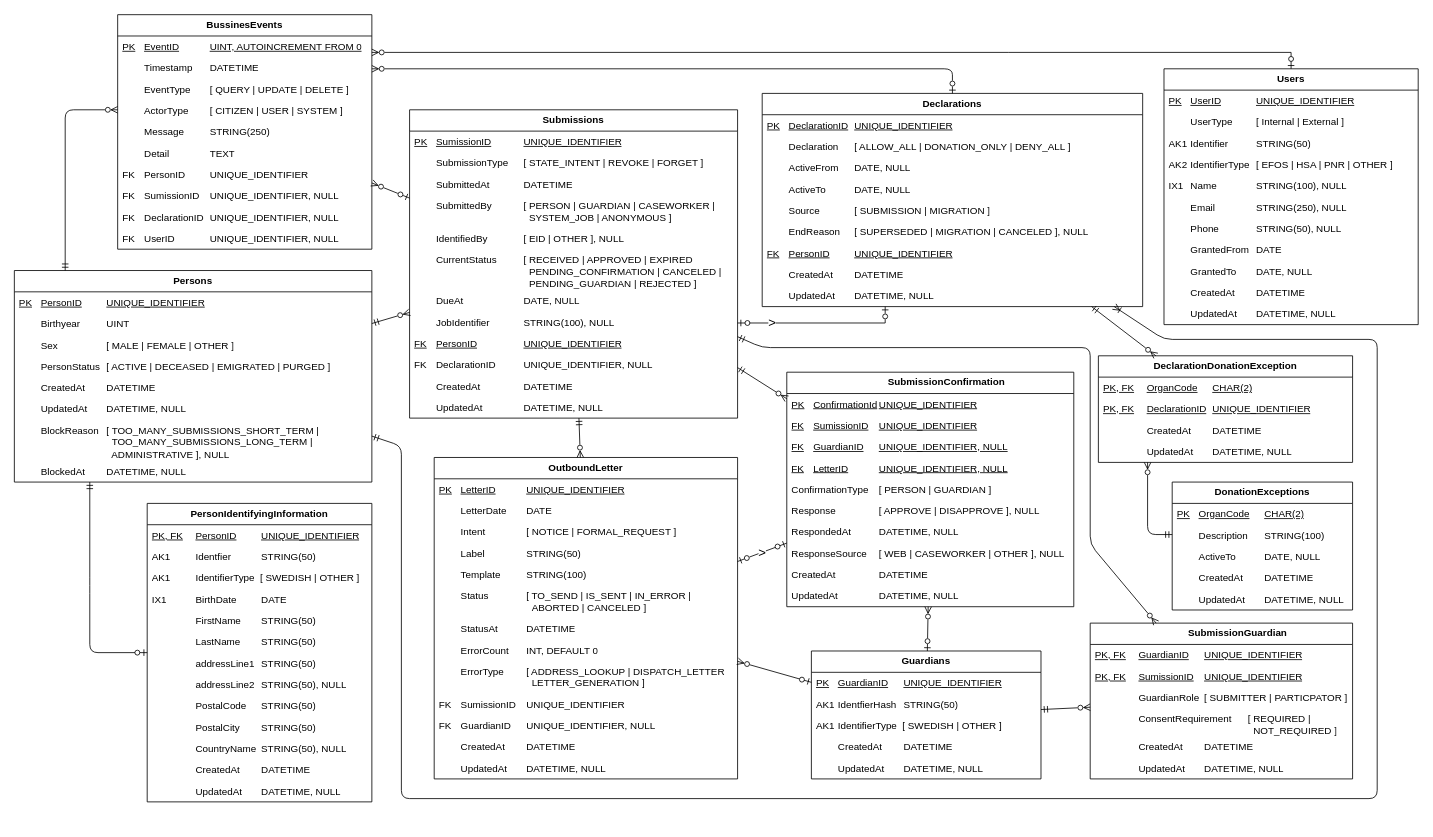
Above: page "Liggande Logisk modell" (9 of 9) of Donationsregister.drawio in bhagqvist-consid/ICD11 (draw.io), before the change. Source tidied: cells renumbered, new cells numbered last; positions are measured from the earlier drawing's top-left corner, leaving out a move shared by most shapes. Both pictures are drawn from the tidied source at 82%, with x=0, y=0 at pixel (14, 14).
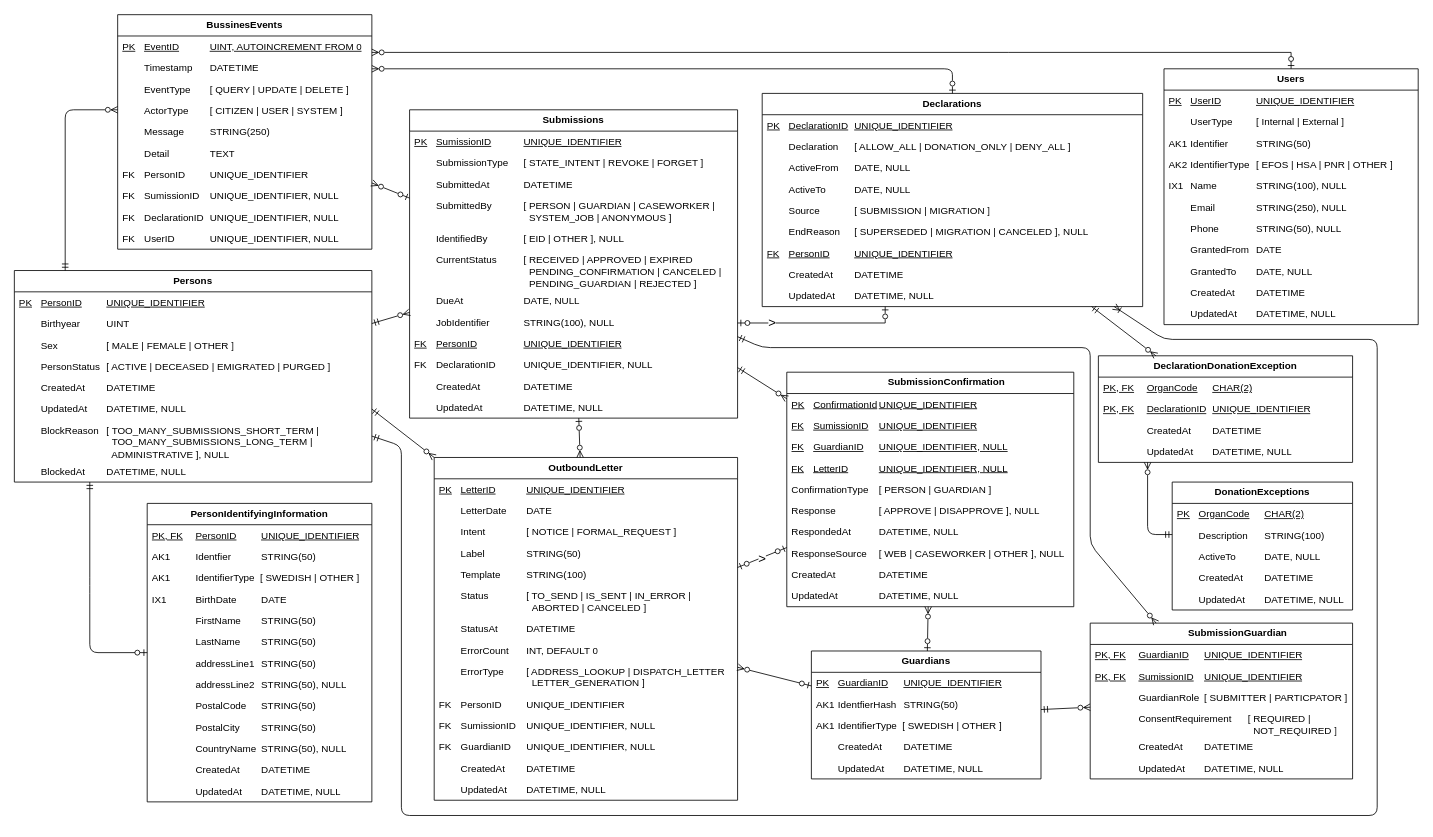
After the change.

The change refers to these unchanged cells:
```xml
<mxCell id="2" value="Persons" style="swimlane;fontStyle=1;horizontal=1;startSize=26;fillColor=none;whiteSpace=wrap;html=1;" parent="1" vertex="1">
  <mxGeometry y="312.4" width="436" height="258" as="geometry" />
</mxCell>
<mxCell id="8" value="&lt;span style=&quot;white-space: pre;&quot;&gt;&#9;&lt;/span&gt;UpdatedAt&amp;nbsp; &lt;span style=&quot;white-space: pre;&quot;&gt;&#9;&lt;/span&gt;DATETIME, NULL" style="text;strokeColor=none;fillColor=none;align=left;verticalAlign=top;spacingLeft=4;spacingRight=4;overflow=hidden;points=[[0,0.5],[1,0.5]];portConstraint=eastwest;whiteSpace=wrap;html=1;" parent="2" vertex="1">
  <mxGeometry y="156" width="436" height="26" as="geometry" />
</mxCell>
<mxCell id="11" value="Submissions" style="swimlane;fontStyle=1;horizontal=1;startSize=26;fillColor=none;whiteSpace=wrap;html=1;" parent="1" vertex="1">
  <mxGeometry x="482" y="116.4" width="400" height="376" as="geometry" />
</mxCell>
<mxCell id="24" value="Declarations" style="swimlane;fontStyle=1;horizontal=1;startSize=26;fillColor=none;whiteSpace=wrap;html=1;" parent="1" vertex="1">
  <mxGeometry x="912" y="96.4" width="464" height="260" as="geometry" />
</mxCell>
```

Diff of the diagram source:
```diff
@@
     <mxCell id="48" value="OutboundLetter" style="swimlane;fontStyle=1;horizontal=1;startSize=26;fillColor=none;whiteSpace=wrap;html=1;" parent="1" vertex="1">
-      <mxGeometry x="512" y="540.4" width="370" height="392" as="geometry" />
+      <mxGeometry x="512" y="540.4" width="370" height="418" as="geometry" />
     </mxCell>
@@
+    <mxCell id="137" value="FK&lt;span style=&quot;white-space: pre;&quot;&gt;&#9;&lt;/span&gt;PersonID&lt;span style=&quot;white-space: pre;&quot;&gt;&#9;&lt;/span&gt;&lt;span style=&quot;white-space: pre;&quot;&gt;&#9;&lt;/span&gt;UNIQUE_IDENTIFIER" style="text;strokeColor=none;fillColor=none;align=left;verticalAlign=top;spacingLeft=4;spacingRight=4;overflow=hidden;whiteSpace=wrap;html=1;fontStyle=0;" parent="48" vertex="1">
+      <mxGeometry y="288" width="370" height="26" as="geometry" />
+    </mxCell>
-    <mxCell id="58" value="FK&lt;span style=&quot;white-space: pre;&quot;&gt;&#9;&lt;/span&gt;SumissionID&lt;span style=&quot;white-space: pre;&quot;&gt;&#9;&lt;/span&gt;UNIQUE_IDENTIFIER" style="text;strokeColor=none;fillColor=none;align=left;verticalAlign=top;spacingLeft=4;spacingRight=4;overflow=hidden;whiteSpace=wrap;html=1;fontStyle=0;" parent="48" vertex="1">
-      <mxGeometry y="288" width="370" height="26" as="geometry" />
+    <mxCell id="58" value="FK&lt;span style=&quot;white-space: pre;&quot;&gt;&#9;&lt;/span&gt;SumissionID&lt;span style=&quot;white-space: pre;&quot;&gt;&#9;&lt;/span&gt;UNIQUE_IDENTIFIER, NULL" style="text;strokeColor=none;fillColor=none;align=left;verticalAlign=top;spacingLeft=4;spacingRight=4;overflow=hidden;whiteSpace=wrap;html=1;fontStyle=0;" parent="48" vertex="1">
+      <mxGeometry y="314" width="370" height="26" as="geometry" />
     </mxCell>
     <mxCell id="59" value="FK&lt;span style=&quot;white-space: pre;&quot;&gt;&#9;&lt;/span&gt;GuardianID&lt;span style=&quot;white-space: pre;&quot;&gt;&#9;&lt;/span&gt;UNIQUE_IDENTIFIER, NULL" style="text;strokeColor=none;fillColor=none;align=left;verticalAlign=top;spacingLeft=4;spacingRight=4;overflow=hidden;whiteSpace=wrap;html=1;fontStyle=0;" parent="48" vertex="1">
-      <mxGeometry y="314" width="370" height="26" as="geometry" />
+      <mxGeometry y="340" width="370" height="26" as="geometry" />
     </mxCell>
     <mxCell id="60" value="&lt;span style=&quot;white-space: pre;&quot;&gt;&#9;&lt;/span&gt;CreatedAt&amp;nbsp; &lt;span style=&quot;white-space: pre;&quot;&gt;&#9;&lt;/span&gt;DATETIME" style="text;strokeColor=none;fillColor=none;align=left;verticalAlign=top;spacingLeft=4;spacingRight=4;overflow=hidden;whiteSpace=wrap;html=1;" parent="48" vertex="1">
-      <mxGeometry y="340" width="370" height="26" as="geometry" />
+      <mxGeometry y="366" width="370" height="26" as="geometry" />
     </mxCell>
     <mxCell id="61" value="&lt;span style=&quot;white-space: pre;&quot;&gt;&#9;&lt;/span&gt;UpdatedAt&amp;nbsp; &lt;span style=&quot;white-space: pre;&quot;&gt;&#9;&lt;/span&gt;DATETIME, NULL" style="text;strokeColor=none;fillColor=none;align=left;verticalAlign=top;spacingLeft=4;spacingRight=4;overflow=hidden;whiteSpace=wrap;html=1;" parent="48" vertex="1">
-      <mxGeometry y="366" width="370" height="26" as="geometry" />
+      <mxGeometry y="392" width="370" height="26" as="geometry" />
     </mxCell>
@@
-    <mxCell id="115" style="fontSize=12;html=1;endArrow=ERmandOne;startArrow=ERzeroToMany;rounded=0;startFill=0;endFill=0;" parent="1" edge="1" source="48" target="11">
+    <mxCell id="115" style="fontSize=12;html=1;endArrow=ERzeroToOne;startArrow=ERzeroToMany;rounded=0;startFill=0;endFill=0;" parent="1" edge="1" source="48" target="11">
       <mxGeometry relative="1" as="geometry" />
     </mxCell>
@@
     <mxCell id="121" style="fontSize=12;html=1;endArrow=ERmandOne;startArrow=ERoneToMany;rounded=1;startFill=0;endFill=0;jumpStyle=gap;curved=0;" parent="1" edge="1" source="24" target="2">
       <mxGeometry relative="1" as="geometry">
         <Array as="points">
           <mxPoint x="1402" y="396.4" />
           <mxPoint x="1662" y="396.4" />
-          <mxPoint x="1662" y="956.4" />
-          <mxPoint x="472" y="956.4" />
+          <mxPoint x="1662" y="977" />
+          <mxPoint x="472" y="977" />
           <mxPoint x="472" y="526.4" />
         </Array>
       </mxGeometry>
     </mxCell>
@@
+    <mxCell id="138" style="fontSize=12;html=1;endArrow=ERmandOne;startArrow=ERzeroToMany;rounded=0;startFill=0;endFill=0;exitX=0;exitY=0;exitDx=0;exitDy=0;entryX=1;entryY=0.5;entryDx=0;entryDy=0;" parent="1" edge="1" source="48" target="8">
+      <mxGeometry relative="1" as="geometry" />
+    </mxCell>
```
